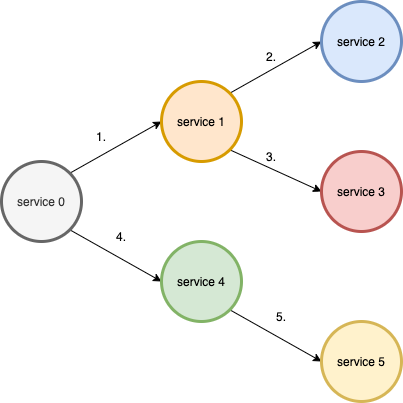
ccchrunik/hierasaga keeps this draw.io diagram as img/diagram-tree.drawio.png. Above is the earlier version. Source tidied: cells renumbered, new cells last; positions are measured from the earlier drawing's top-left corner, leaving out a move shared by most shapes.
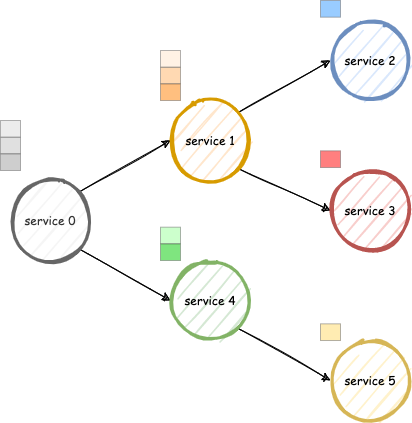
The same diagram one commit later.

Diff of the diagram source:
```diff
@@ -2,53 +2,80 @@
   <root>
     <mxCell id="0" />
     <mxCell id="1" parent="0" />
-    <mxCell id="2" style="edgeStyle=none;rounded=0;jettySize=auto;html=1;exitX=1;exitY=0;exitDx=0;exitDy=0;entryX=0;entryY=0.5;entryDx=0;entryDy=0;" parent="1" edge="1" source="4" target="7">
+    <mxCell id="2" style="edgeStyle=none;rounded=0;jettySize=auto;html=1;exitX=1;exitY=0;exitDx=0;exitDy=0;entryX=0;entryY=0.5;entryDx=0;entryDy=0;sketch=1;" parent="1" edge="1" source="4" target="7">
       <mxGeometry relative="1" as="geometry" />
     </mxCell>
-    <mxCell id="3" style="edgeStyle=none;rounded=0;jettySize=auto;html=1;exitX=1;exitY=1;exitDx=0;exitDy=0;entryX=0;entryY=0.5;entryDx=0;entryDy=0;" parent="1" edge="1" source="4" target="9">
+    <mxCell id="3" style="edgeStyle=none;rounded=0;jettySize=auto;html=1;exitX=1;exitY=1;exitDx=0;exitDy=0;entryX=0;entryY=0.5;entryDx=0;entryDy=0;sketch=1;" parent="1" edge="1" source="4" target="9">
       <mxGeometry relative="1" as="geometry" />
     </mxCell>
-    <mxCell id="4" value="service 0" style="ellipse;whiteSpace=wrap;html=1;strokeWidth=3;fillColor=#f5f5f5;strokeColor=#666666;fontColor=#333333;" parent="1" vertex="1">
+    <mxCell id="4" value="&lt;font face=&quot;Comic Sans MS&quot;&gt;service 0&lt;/font&gt;" style="ellipse;whiteSpace=wrap;html=1;strokeWidth=3;fillColor=#f5f5f5;strokeColor=#666666;fontColor=#333333;sketch=1;" parent="1" vertex="1">
       <mxGeometry y="160" width="80" height="80" as="geometry" />
     </mxCell>
-    <mxCell id="5" style="edgeStyle=none;rounded=0;jettySize=auto;html=1;exitX=1;exitY=0;exitDx=0;exitDy=0;entryX=0;entryY=0.5;entryDx=0;entryDy=0;" parent="1" edge="1" source="7" target="10">
+    <mxCell id="5" style="edgeStyle=none;rounded=0;jettySize=auto;html=1;exitX=1;exitY=0;exitDx=0;exitDy=0;entryX=0;entryY=0.5;entryDx=0;entryDy=0;sketch=1;" parent="1" edge="1" source="7" target="10">
       <mxGeometry relative="1" as="geometry" />
     </mxCell>
-    <mxCell id="6" style="edgeStyle=none;rounded=0;jettySize=auto;html=1;exitX=1;exitY=1;exitDx=0;exitDy=0;entryX=0;entryY=0.5;entryDx=0;entryDy=0;" parent="1" edge="1" source="7" target="11">
+    <mxCell id="6" style="edgeStyle=none;rounded=0;jettySize=auto;html=1;exitX=1;exitY=1;exitDx=0;exitDy=0;entryX=0;entryY=0.5;entryDx=0;entryDy=0;sketch=1;" parent="1" edge="1" source="7" target="11">
       <mxGeometry relative="1" as="geometry" />
     </mxCell>
-    <mxCell id="7" value="service 1" style="ellipse;whiteSpace=wrap;html=1;strokeWidth=3;fillColor=#ffe6cc;strokeColor=#d79b00;" parent="1" vertex="1">
+    <mxCell id="7" value="&lt;font face=&quot;Comic Sans MS&quot;&gt;service 1&lt;/font&gt;" style="ellipse;whiteSpace=wrap;html=1;strokeWidth=3;fillColor=#ffe6cc;strokeColor=#d79b00;sketch=1;" parent="1" vertex="1">
       <mxGeometry x="160" y="80" width="80" height="80" as="geometry" />
     </mxCell>
-    <mxCell id="8" style="edgeStyle=none;rounded=0;jettySize=auto;html=1;exitX=1;exitY=1;exitDx=0;exitDy=0;entryX=0;entryY=0.5;entryDx=0;entryDy=0;" parent="1" edge="1" source="9" target="12">
+    <mxCell id="8" style="edgeStyle=none;rounded=0;jettySize=auto;html=1;exitX=1;exitY=1;exitDx=0;exitDy=0;entryX=0;entryY=0.5;entryDx=0;entryDy=0;sketch=1;" parent="1" edge="1" source="9" target="12">
       <mxGeometry relative="1" as="geometry" />
     </mxCell>
-    <mxCell id="9" value="service 4" style="ellipse;whiteSpace=wrap;html=1;strokeWidth=3;fillColor=#d5e8d4;strokeColor=#82b366;" parent="1" vertex="1">
+    <mxCell id="9" value="&lt;font face=&quot;Comic Sans MS&quot;&gt;service 4&lt;/font&gt;" style="ellipse;whiteSpace=wrap;html=1;strokeWidth=3;fillColor=#d5e8d4;strokeColor=#82b366;sketch=1;" parent="1" vertex="1">
       <mxGeometry x="160" y="240" width="80" height="80" as="geometry" />
     </mxCell>
-    <mxCell id="10" value="service 2" style="ellipse;whiteSpace=wrap;html=1;strokeWidth=3;fillColor=#dae8fc;strokeColor=#6c8ebf;" parent="1" vertex="1">
+    <mxCell id="10" value="&lt;font face=&quot;Comic Sans MS&quot;&gt;service 2&lt;/font&gt;" style="ellipse;whiteSpace=wrap;html=1;strokeWidth=3;fillColor=#dae8fc;strokeColor=#6c8ebf;sketch=1;" parent="1" vertex="1">
       <mxGeometry x="320" width="80" height="80" as="geometry" />
     </mxCell>
-    <mxCell id="11" value="service 3" style="ellipse;whiteSpace=wrap;html=1;strokeWidth=3;fillColor=#f8cecc;strokeColor=#b85450;" parent="1" vertex="1">
+    <mxCell id="11" value="&lt;font face=&quot;Comic Sans MS&quot;&gt;service 3&lt;/font&gt;" style="ellipse;whiteSpace=wrap;html=1;strokeWidth=3;fillColor=#f8cecc;strokeColor=#b85450;sketch=1;" parent="1" vertex="1">
       <mxGeometry x="320" y="150" width="80" height="80" as="geometry" />
     </mxCell>
-    <mxCell id="12" value="service 5" style="ellipse;whiteSpace=wrap;html=1;strokeWidth=3;fillColor=#fff2cc;strokeColor=#d6b656;" parent="1" vertex="1">
+    <mxCell id="12" value="&lt;font face=&quot;Comic Sans MS&quot;&gt;service 5&lt;/font&gt;" style="ellipse;whiteSpace=wrap;html=1;strokeWidth=3;fillColor=#fff2cc;strokeColor=#d6b656;sketch=1;" parent="1" vertex="1">
       <mxGeometry x="320" y="320" width="80" height="80" as="geometry" />
     </mxCell>
-    <mxCell id="13" value="1." style="text;html=1;strokeColor=none;fillColor=none;align=center;verticalAlign=middle;whiteSpace=wrap;rounded=0;" parent="1" vertex="1">
-      <mxGeometry x="70" y="120" width="60" height="30" as="geometry" />
-    </mxCell>
-    <mxCell id="14" value="5." style="text;html=1;strokeColor=none;fillColor=none;align=center;verticalAlign=middle;whiteSpace=wrap;rounded=0;" parent="1" vertex="1">
-      <mxGeometry x="250" y="300" width="60" height="30" as="geometry" />
-    </mxCell>
-    <mxCell id="15" value="2." style="text;html=1;strokeColor=none;fillColor=none;align=center;verticalAlign=middle;whiteSpace=wrap;rounded=0;" parent="1" vertex="1">
-      <mxGeometry x="240" y="40" width="60" height="30" as="geometry" />
-    </mxCell>
-    <mxCell id="16" value="3." style="text;html=1;strokeColor=none;fillColor=none;align=center;verticalAlign=middle;whiteSpace=wrap;rounded=0;" parent="1" vertex="1">
-      <mxGeometry x="240" y="140" width="60" height="30" as="geometry" />
-    </mxCell>
-    <mxCell id="17" value="4." style="text;html=1;strokeColor=none;fillColor=none;align=center;verticalAlign=middle;whiteSpace=wrap;rounded=0;" parent="1" vertex="1">
-      <mxGeometry x="90" y="220" width="60" height="30" as="geometry" />
-    </mxCell>
+    <mxCell id="18" style="group;sketch=0;" parent="1" vertex="1">
+      <mxGeometry x="-10" y="100" width="20" height="50" as="geometry" />
+    </mxCell>
+    <mxCell id="19" style="rounded=0;whiteSpace=wrap;html=1;sketch=0;fontSize=15;strokeColor=#666666;fillColor=#C2C2C2;opacity=50;fontColor=#333333;" parent="18" vertex="1">
+      <mxGeometry y="16.7" width="20" height="16.7" as="geometry" />
+    </mxCell>
+    <mxCell id="20" style="rounded=0;whiteSpace=wrap;html=1;sketch=0;fontSize=15;strokeColor=#666666;fillColor=#D9D9D9;opacity=50;fontColor=#333333;" parent="18" vertex="1">
+      <mxGeometry width="20" height="16.7" as="geometry" />
+    </mxCell>
+    <mxCell id="21" style="rounded=0;whiteSpace=wrap;html=1;sketch=0;fontSize=15;strokeColor=#666666;fillColor=#9E9E9E;opacity=50;fontColor=#333333;" parent="18" vertex="1">
+      <mxGeometry y="33.3" width="20" height="16.7" as="geometry" />
+    </mxCell>
+    <mxCell id="22" style="group;sketch=0;" parent="1" vertex="1">
+      <mxGeometry x="150" y="30" width="20" height="50" as="geometry" />
+    </mxCell>
+    <mxCell id="23" style="rounded=0;whiteSpace=wrap;html=1;sketch=0;fontSize=15;strokeColor=#666666;fillColor=#FFB366;opacity=50;fontColor=#333333;" parent="22" vertex="1">
+      <mxGeometry y="16.7" width="20" height="16.7" as="geometry" />
+    </mxCell>
+    <mxCell id="24" style="rounded=0;whiteSpace=wrap;html=1;sketch=0;fontSize=15;strokeColor=#666666;fillColor=#FFE6CC;opacity=50;fontColor=#333333;" parent="22" vertex="1">
+      <mxGeometry width="20" height="16.7" as="geometry" />
+    </mxCell>
+    <mxCell id="25" style="rounded=0;whiteSpace=wrap;html=1;sketch=0;fontSize=15;strokeColor=#666666;fillColor=#FF8000;opacity=50;fontColor=#333333;" parent="22" vertex="1">
+      <mxGeometry y="33.3" width="20" height="16.7" as="geometry" />
+    </mxCell>
+    <mxCell id="26" style="rounded=0;whiteSpace=wrap;html=1;sketch=0;fontSize=15;strokeColor=#666666;fillColor=#3399FF;opacity=50;fontColor=#333333;" parent="1" vertex="1">
+      <mxGeometry x="310" y="-20" width="20" height="16.7" as="geometry" />
+    </mxCell>
+    <mxCell id="27" style="rounded=0;whiteSpace=wrap;html=1;sketch=0;fontSize=15;strokeColor=#666666;fillColor=#FF0000;opacity=50;fontColor=#333333;" parent="1" vertex="1">
+      <mxGeometry x="310" y="130.3" width="20" height="16.7" as="geometry" />
+    </mxCell>
+    <mxCell id="28" style="group;" parent="1" vertex="1">
+      <mxGeometry x="150" y="206.7" width="20" height="33.3" as="geometry" />
+    </mxCell>
+    <mxCell id="29" style="rounded=0;whiteSpace=wrap;html=1;sketch=0;fontSize=15;strokeColor=#666666;fillColor=#99FF99;opacity=50;fontColor=#333333;" parent="28" vertex="1">
+      <mxGeometry width="20" height="16.7" as="geometry" />
+    </mxCell>
+    <mxCell id="30" style="rounded=0;whiteSpace=wrap;html=1;sketch=0;fontSize=15;strokeColor=#666666;fillColor=#00CC00;opacity=50;fontColor=#333333;" parent="28" vertex="1">
+      <mxGeometry y="16.7" width="20" height="16.7" as="geometry" />
+    </mxCell>
+    <mxCell id="31" style="rounded=0;whiteSpace=wrap;html=1;sketch=0;fontSize=15;strokeColor=#666666;fillColor=#FFD966;opacity=50;fontColor=#333333;" parent="1" vertex="1">
+      <mxGeometry x="310" y="303.3" width="20" height="16.7" as="geometry" />
+    </mxCell>
   </root>
 </mxGraphModel>
```
